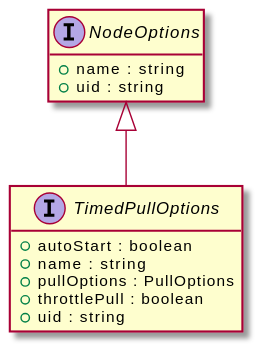
Before: assets/TimedPullOptions-umlClassDiagram-10550.svg, a diagram exported from PlantUML (OpenHPS/openhps-core).
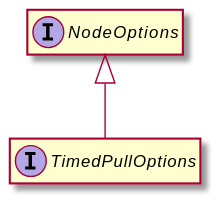
The same file after the commit.

Change to the diagram source:
```diff
@@ -3,15 +3,8 @@
 hide empty methods
 hide empty fields
 interface "TimedPullOptions" {
-    +autoStart : boolean
-    +name : string
-    +pullOptions : PullOptions
-    +throttlePull : boolean
-    +uid : string
 }
 interface "NodeOptions" {
-    +name : string
-    +uid : string
 }
 "NodeOptions" <|-- "TimedPullOptions"
 @enduml
```
